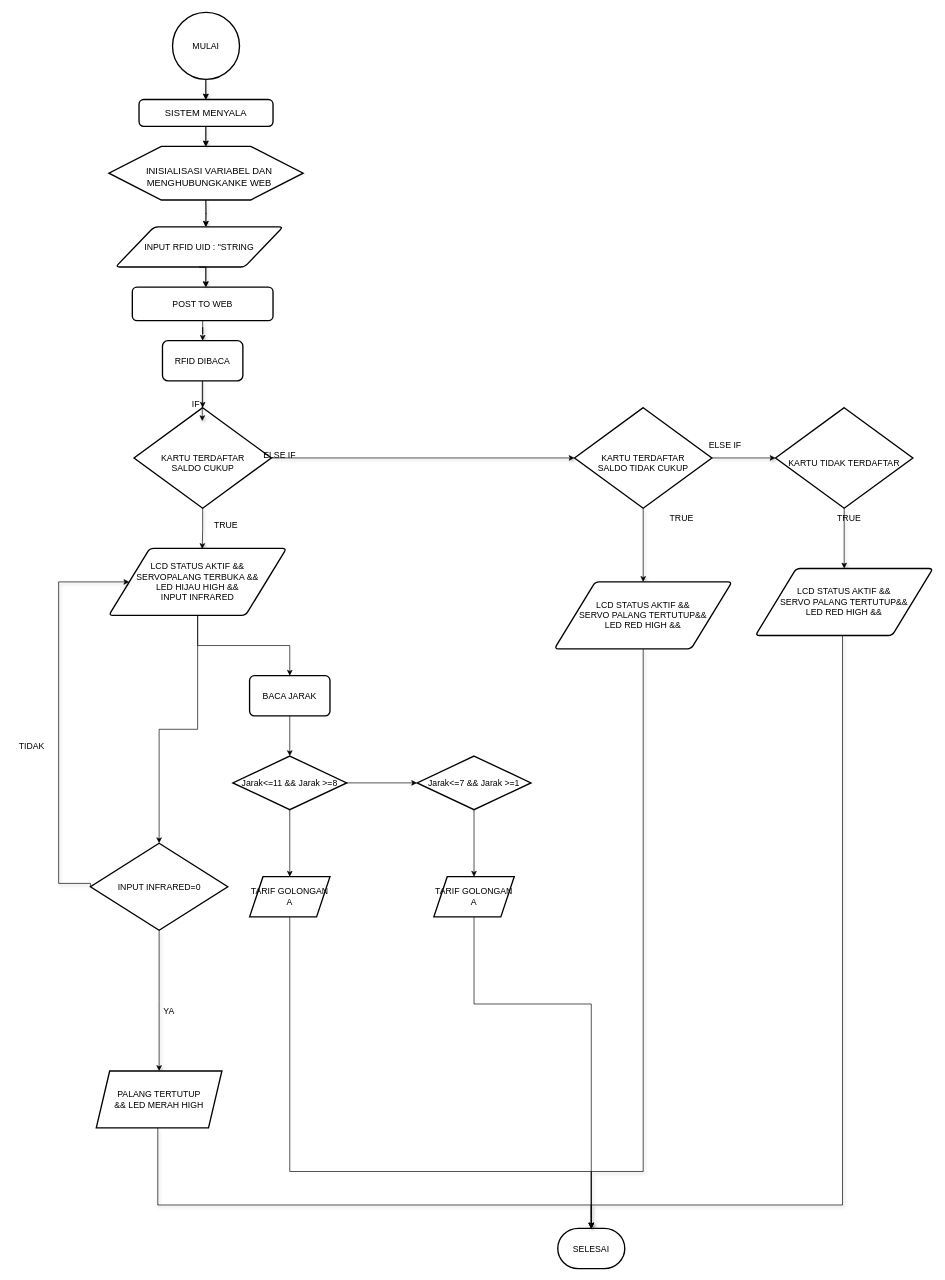
This is flowchartsystemtol.drawio from ilhamdestyo/draw.io, a draw.io file, before an edit. Source tidied: cells renumbered, new cells numbered last; positions are measured from the earlier drawing's top-left corner, leaving out a move shared by most shapes. Both pictures are drawn from the tidied source at 67%, with x=0, y=0 at pixel (11, 12).
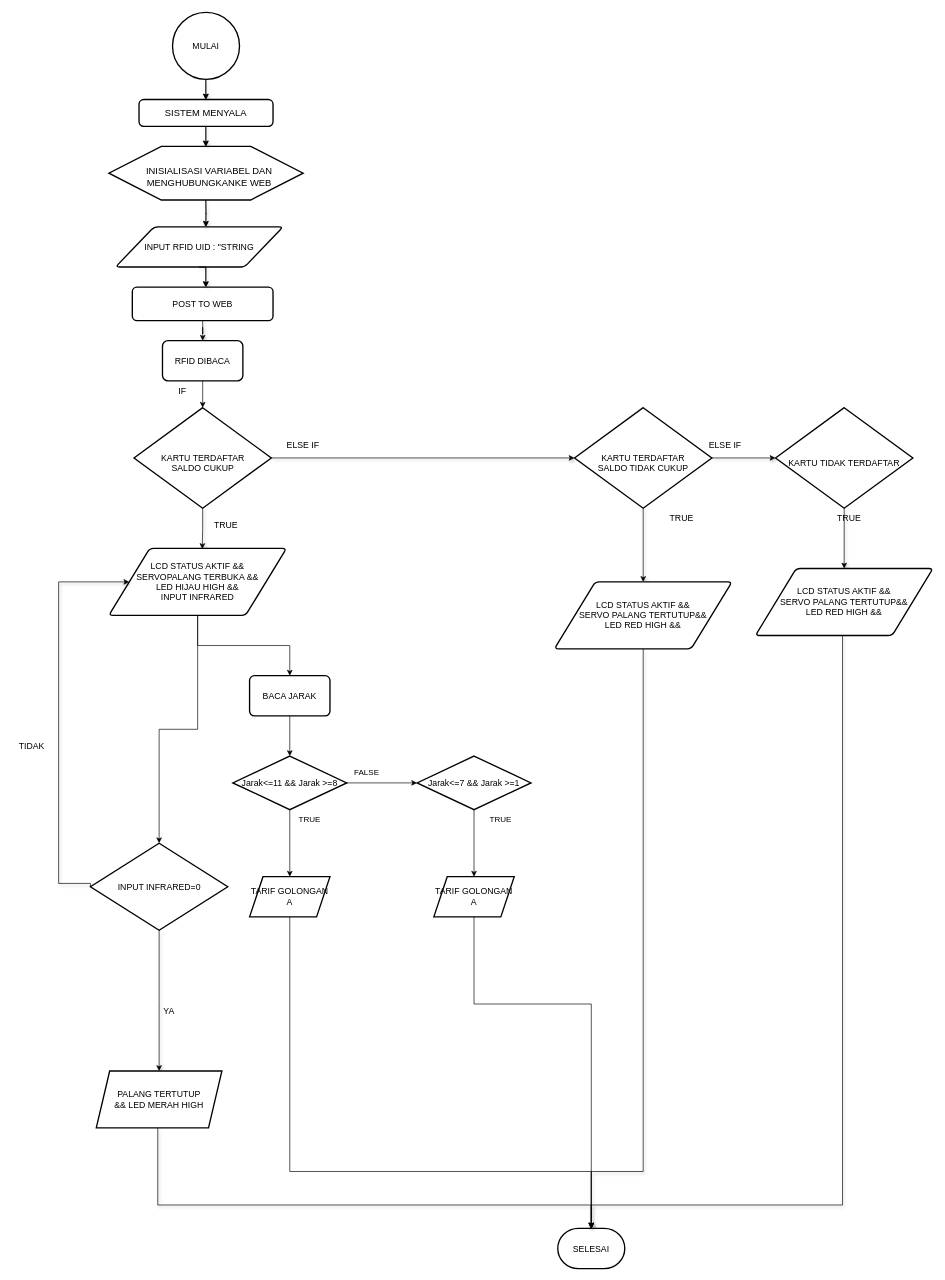
The same page after the edit.

Unchanged cells that the change refers to:
```xml
<mxCell id="15" value="&lt;br&gt;KARTU TERDAFTAR&lt;br&gt;SALDO CUKUP" style="strokeWidth=2;html=1;shape=mxgraph.flowchart.decision;whiteSpace=wrap;fontSize=13;" parent="1" vertex="1">
  <mxGeometry x="182.5" y="590" width="205" height="150" as="geometry" />
</mxCell>
<mxCell id="32" value="RFID DIBACA" style="whiteSpace=wrap;html=1;fontSize=13;rounded=1;arcSize=14;strokeWidth=2;" parent="1" vertex="1">
  <mxGeometry x="225" y="490" width="120" height="60" as="geometry" />
</mxCell>
```

Diff of the diagram source:
```diff
@@
     <mxCell id="30" value="ELSE IF" style="text;html=1;strokeColor=none;fillColor=none;align=center;verticalAlign=middle;whiteSpace=wrap;rounded=0;fontSize=13;" parent="1" vertex="1">
-      <mxGeometry x="370" y="645" width="60" height="30" as="geometry" />
+      <mxGeometry x="405" y="630" width="60" height="30" as="geometry" />
     </mxCell>
-    <mxCell id="31" style="edgeStyle=orthogonalEdgeStyle;rounded=0;jettySize=auto;html=1;exitX=0.5;exitY=1;exitDx=0;exitDy=0;entryX=0.5;entryY=0;entryDx=0;entryDy=0;entryPerimeter=0;fontSize=13;" parent="1" edge="1" source="32" target="15">
+    <mxCell id="31" style="edgeStyle=orthogonalEdgeStyle;rounded=0;jettySize=auto;html=1;entryX=0.5;entryY=0;entryDx=0;entryDy=0;entryPerimeter=0;" parent="1" edge="1" source="32" target="15">
       <mxGeometry relative="1" as="geometry" />
     </mxCell>
@@
-    <mxCell id="40" value="IF" style="text;html=1;strokeColor=none;fillColor=none;align=center;verticalAlign=middle;whiteSpace=wrap;rounded=0;fontSize=13;" parent="1" vertex="1">
-      <mxGeometry x="245" y="570" width="60" height="30" as="geometry" />
-    </mxCell>
@@
-    <mxCell id="48" style="edgeStyle=orthogonalEdgeStyle;rounded=0;orthogonalLoop=1;jettySize=auto;html=1;exitX=0.5;exitY=1;exitDx=0;exitDy=0;entryX=0.5;entryY=0;entryDx=0;entryDy=0;entryPerimeter=0;fontSize=13;shadow=1;" parent="1" edge="1">
-      <mxGeometry relative="1" as="geometry">
-        <mxPoint x="284.4" y="550" as="sourcePoint" />
-        <mxPoint x="284.4" y="610" as="targetPoint" />
-      </mxGeometry>
-    </mxCell>
@@
+    <mxCell id="60" value="TRUE" style="text;html=1;strokeColor=none;fillColor=none;align=center;verticalAlign=middle;whiteSpace=wrap;rounded=0;" parent="1" vertex="1">
+      <mxGeometry x="415" y="1190" width="60" height="30" as="geometry" />
+    </mxCell>
+    <mxCell id="61" value="TRUE" style="text;html=1;strokeColor=none;fillColor=none;align=center;verticalAlign=middle;whiteSpace=wrap;rounded=0;" parent="1" vertex="1">
+      <mxGeometry x="700" y="1190" width="60" height="30" as="geometry" />
+    </mxCell>
+    <mxCell id="62" value="FALSE" style="text;html=1;strokeColor=none;fillColor=none;align=center;verticalAlign=middle;whiteSpace=wrap;rounded=0;" parent="1" vertex="1">
+      <mxGeometry x="500" y="1120" width="60" height="30" as="geometry" />
+    </mxCell>
+    <mxCell id="40" value="IF" style="text;html=1;strokeColor=none;fillColor=none;align=center;verticalAlign=middle;whiteSpace=wrap;rounded=0;fontSize=13;" parent="1" vertex="1">
+      <mxGeometry x="225" y="550" width="60" height="30" as="geometry" />
+    </mxCell>
```
